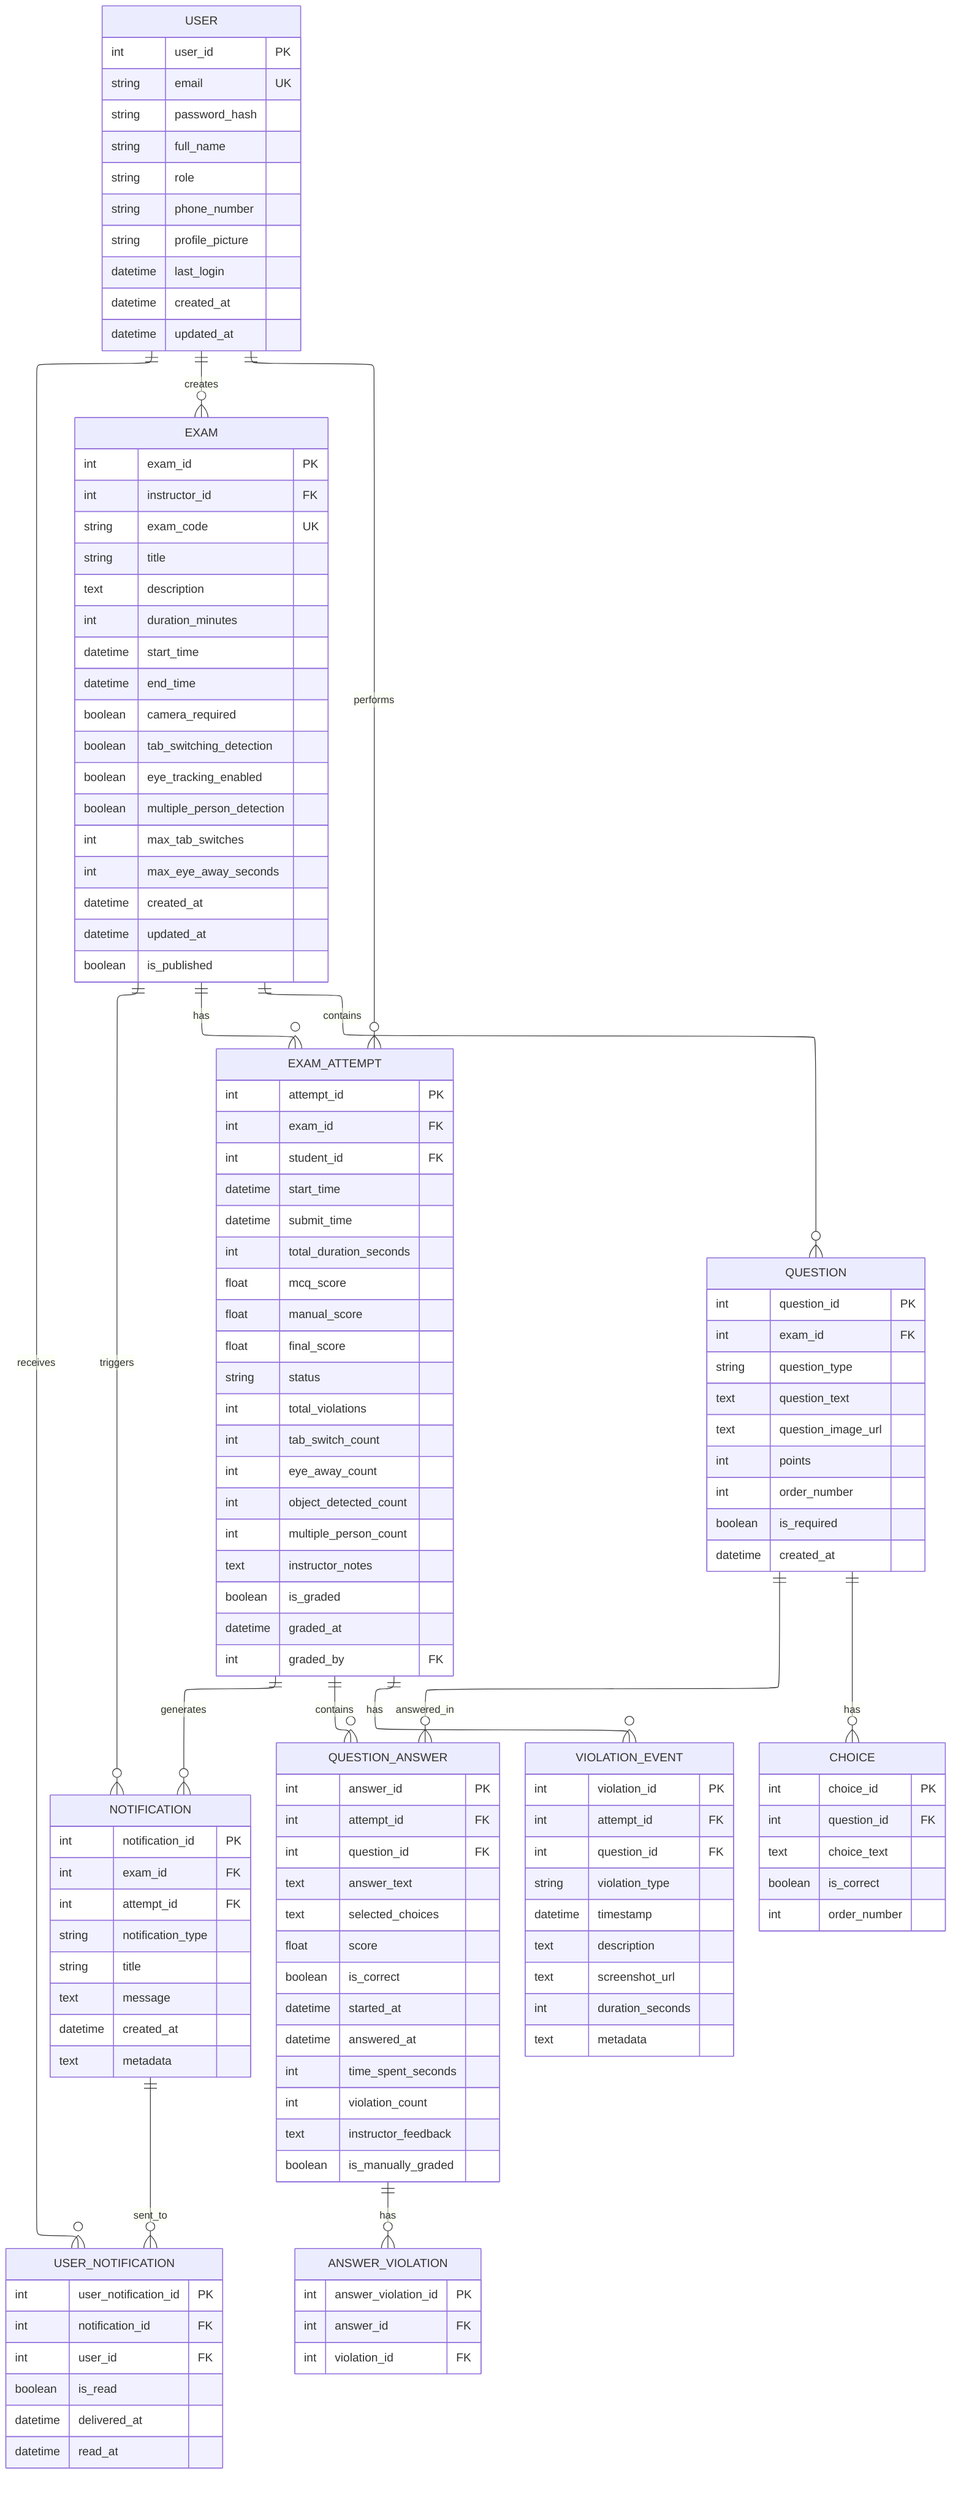
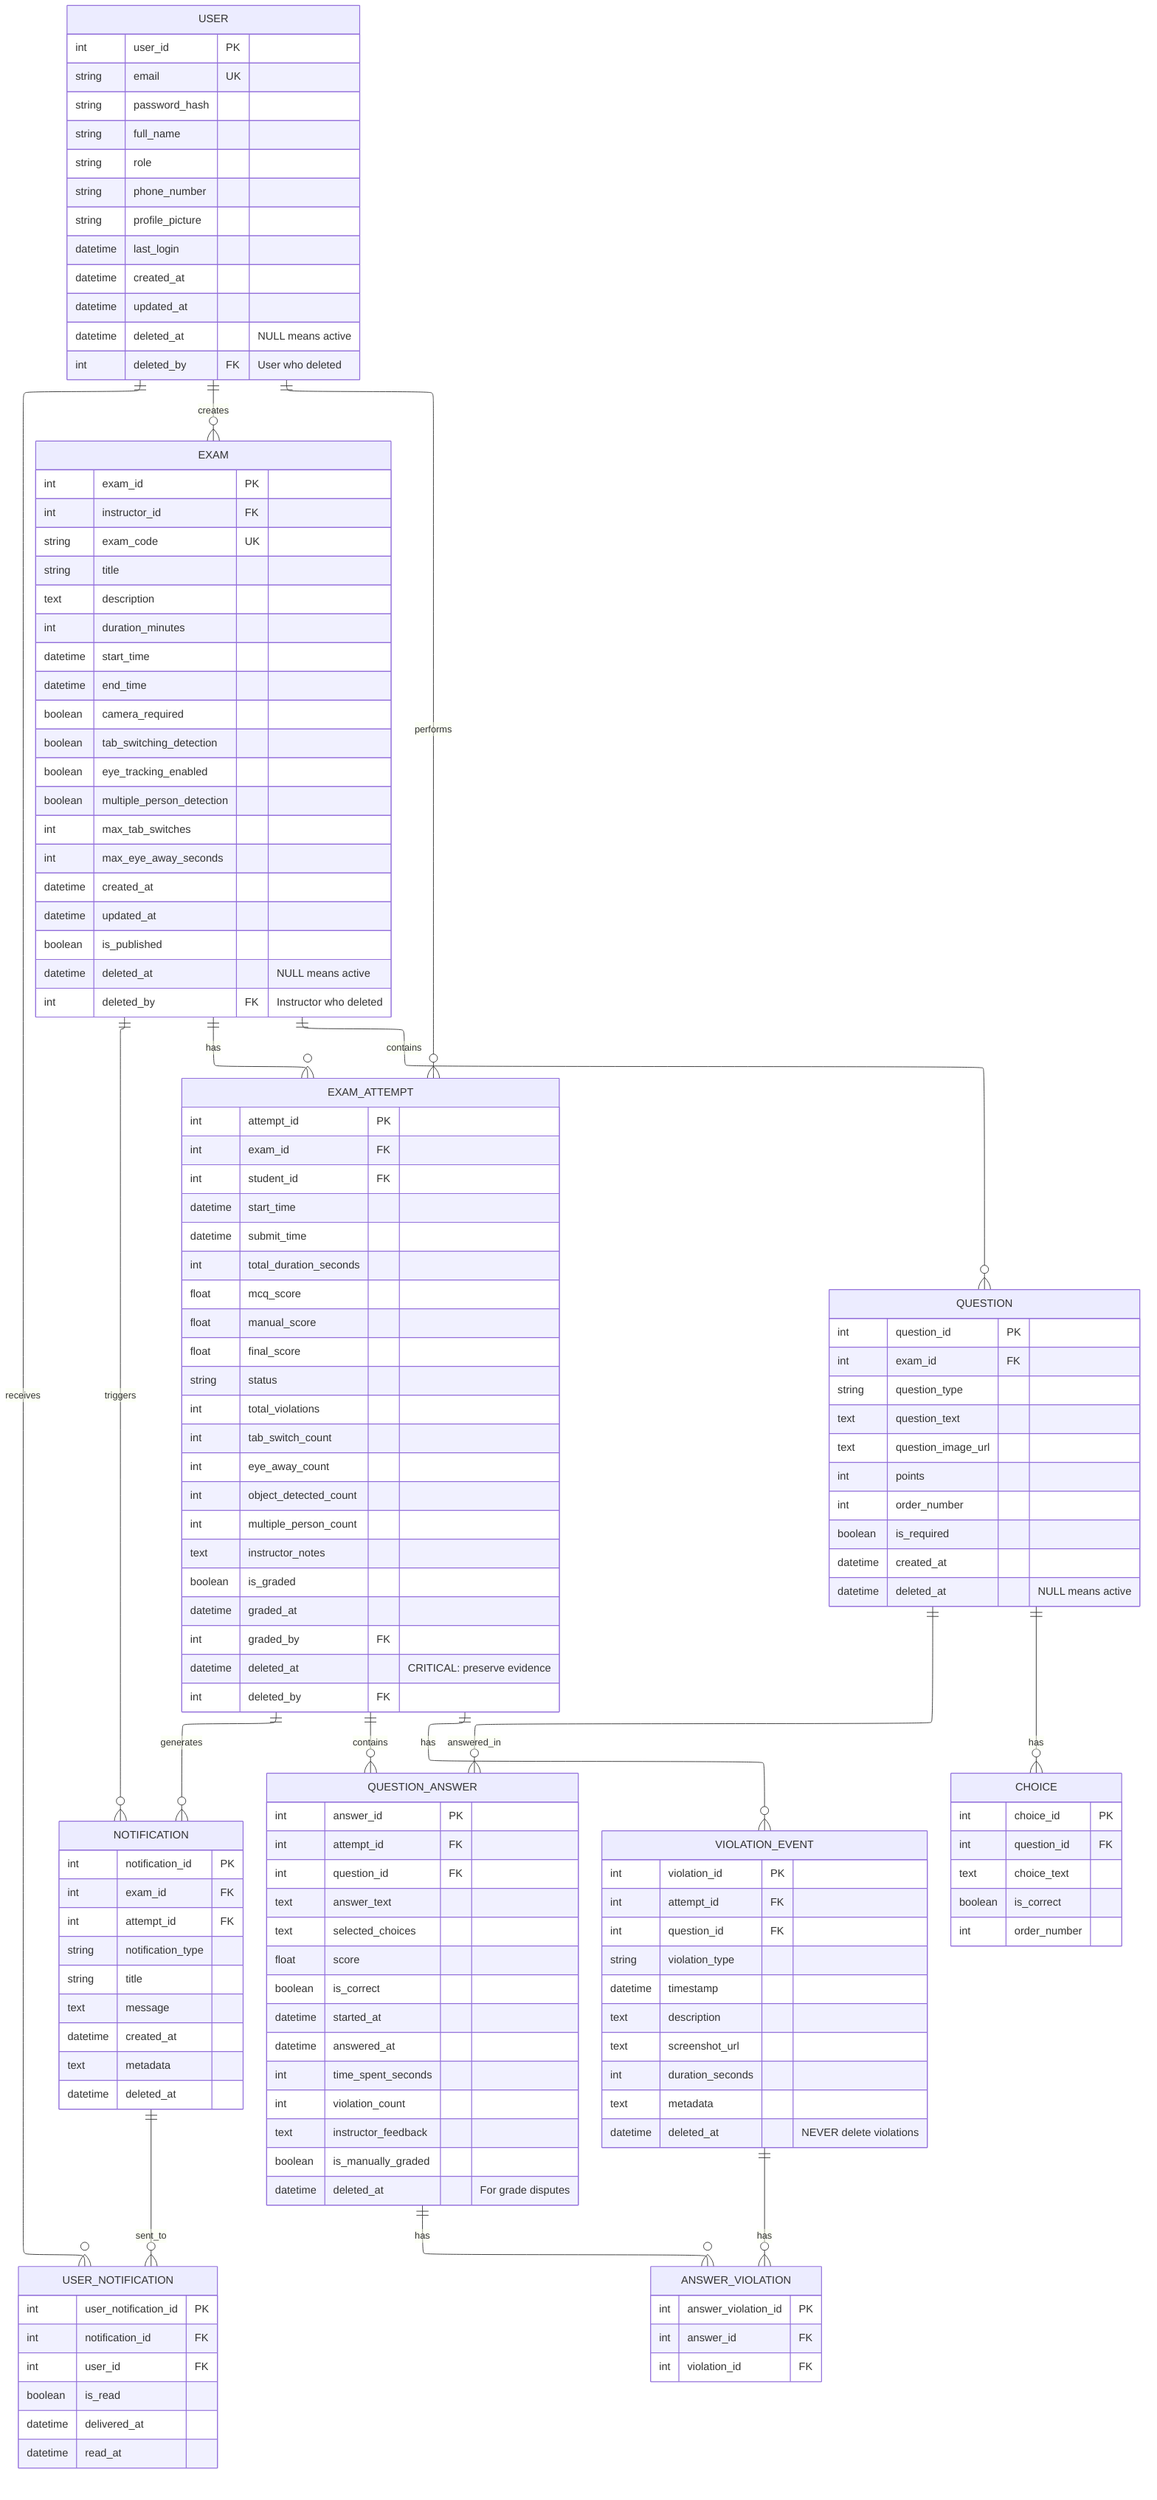
---
config:
  layout: elk
---
erDiagram
    USER ||--o{ EXAM : creates
    USER ||--o{ EXAM_ATTEMPT : performs
    USER ||--o{ USER_NOTIFICATION : receives

    EXAM ||--o{ QUESTION : contains
    EXAM ||--o{ EXAM_ATTEMPT : has
    EXAM ||--o{ NOTIFICATION : triggers

    EXAM_ATTEMPT ||--o{ QUESTION_ANSWER : contains
    EXAM_ATTEMPT ||--o{ VIOLATION_EVENT : has
    EXAM_ATTEMPT ||--o{ NOTIFICATION : generates

    NOTIFICATION ||--o{ USER_NOTIFICATION : sent_to

    QUESTION ||--o{ QUESTION_ANSWER : answered_in
    QUESTION ||--o{ CHOICE : has

    QUESTION_ANSWER ||--o{ ANSWER_VIOLATION : has
+     VIOLATION_EVENT ||--o{ ANSWER_VIOLATION : has

    USER {
        int user_id PK
        string email UK
        string password_hash
        string full_name
        string role
        string phone_number
        string profile_picture
        datetime last_login
        datetime created_at
        datetime updated_at
+         datetime deleted_at "NULL means active"
+         int deleted_by FK "User who deleted"
    }

    EXAM {
        int exam_id PK
        int instructor_id FK
        string exam_code UK
        string title
        text description
        int duration_minutes
        datetime start_time
        datetime end_time
        boolean camera_required
        boolean tab_switching_detection
        boolean eye_tracking_enabled
        boolean multiple_person_detection
        int max_tab_switches
        int max_eye_away_seconds
        datetime created_at
        datetime updated_at
        boolean is_published
+         datetime deleted_at "NULL means active"
+         int deleted_by FK "Instructor who deleted"
    }

    QUESTION {
        int question_id PK
        int exam_id FK
        string question_type
        text question_text
        text question_image_url
        int points
        int order_number
        boolean is_required
        datetime created_at
+         datetime deleted_at "NULL means active"
    }

    CHOICE {
        int choice_id PK
        int question_id FK
        text choice_text
        boolean is_correct
        int order_number
    }

    EXAM_ATTEMPT {
        int attempt_id PK
        int exam_id FK
        int student_id FK
        datetime start_time
        datetime submit_time
        int total_duration_seconds
        float mcq_score
        float manual_score
        float final_score
        string status
        int total_violations
        int tab_switch_count
        int eye_away_count
        int object_detected_count
        int multiple_person_count
        text instructor_notes
        boolean is_graded
        datetime graded_at
        int graded_by FK
+         datetime deleted_at "CRITICAL: preserve evidence"
+         int deleted_by FK
    }

    QUESTION_ANSWER {
        int answer_id PK
        int attempt_id FK
        int question_id FK
        text answer_text
        text selected_choices
        float score
        boolean is_correct
        datetime started_at
        datetime answered_at
        int time_spent_seconds
        int violation_count
        text instructor_feedback
        boolean is_manually_graded
+         datetime deleted_at "For grade disputes"
    }

    VIOLATION_EVENT {
        int violation_id PK
        int attempt_id FK
        int question_id FK
        string violation_type
        datetime timestamp
        text description
        text screenshot_url
        int duration_seconds
        text metadata
+         datetime deleted_at "NEVER delete violations"
    }

    ANSWER_VIOLATION {
        int answer_violation_id PK
        int answer_id FK
        int violation_id FK
    }

    NOTIFICATION {
        int notification_id PK
        int exam_id FK
        int attempt_id FK
        string notification_type
        string title
        text message
        datetime created_at
        text metadata
+         datetime deleted_at
    }

    USER_NOTIFICATION {
        int user_notification_id PK
        int notification_id FK
        int user_id FK
        boolean is_read
        datetime delivered_at
        datetime read_at
-     }+     }
